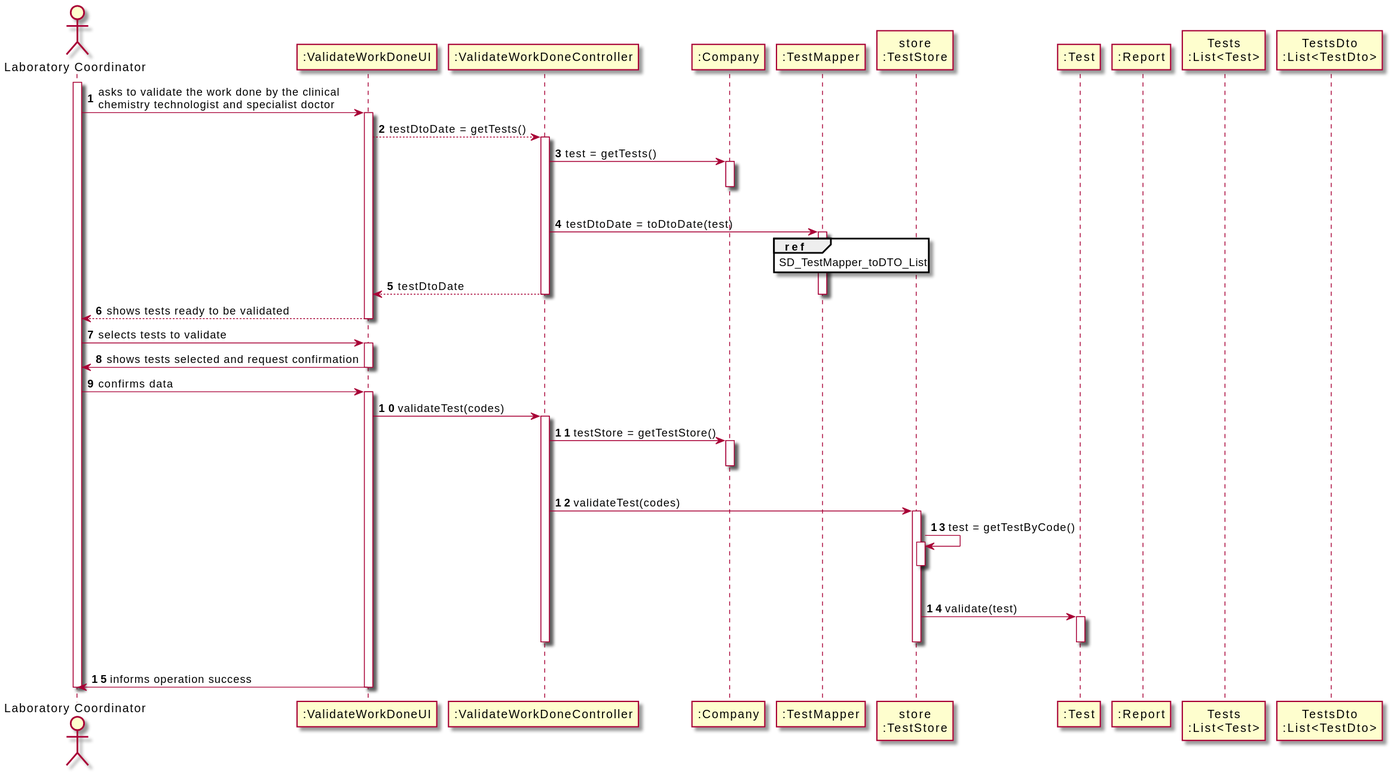
This is docs/SprintC/US15_ValidateTheWorkDone/US15_SD.svg from Pedromaia26/LAPR2-ISEP, a PlantUML export, as it was before one commit. Its diagram source:
```plantuml
@startuml
autonumber
actor "Laboratory Coordinator" as ADM

participant ":ValidateWorkDoneUI" as UI
participant ":ValidateWorkDoneController" as CTRL
participant ":Company" as ML
participant ":TestMapper" as MAPPER
participant "store\n:TestStore" as STORE
participant ":Test" as TEST
participant ":Report" as REPORT
participant "Tests\n:List<Test>" as TESTLIST
participant "TestsDto\n:List<TestDto>" as TESTLISTDTO

activate ADM
ADM -> UI : asks to validate the work done by the clinical\nchemistry technologist and specialist doctor
activate UI

UI --> CTRL : testDtoDate = getTests()
activate CTRL

CTRL -> ML : test = getTests()
activate ML
|||
deactivate ML

CTRL -> MAPPER : testDtoDate = toDtoDate(test)
activate MAPPER

ref over MAPPER : SD_TestMapper_toDTO_List


CTRL --> UI : testDtoDate
deactivate MAPPER
deactivate CTRL



UI --> ADM : shows tests ready to be validated
deactivate UI

ADM -> UI : selects tests to validate
activate UI

UI -> ADM : shows tests selected and request confirmation
deactivate UI

ADM -> UI : confirms data
activate UI

UI -> CTRL : validateTest(codes)
activate CTRL

CTRL -> ML : testStore = getTestStore()
activate ML
|||
deactivate ML

CTRL -> STORE : validateTest(codes)
activate STORE

STORE -> STORE : test = getTestByCode()
activate STORE
|||
deactivate STORE
STORE -> TEST : validate(test)
activate TEST
|||
deactivate TEST

deactivate STORE
deactivate CTRL

UI -> ADM : informs operation success

deactivate UI

deactivate ADM
@enduml
```
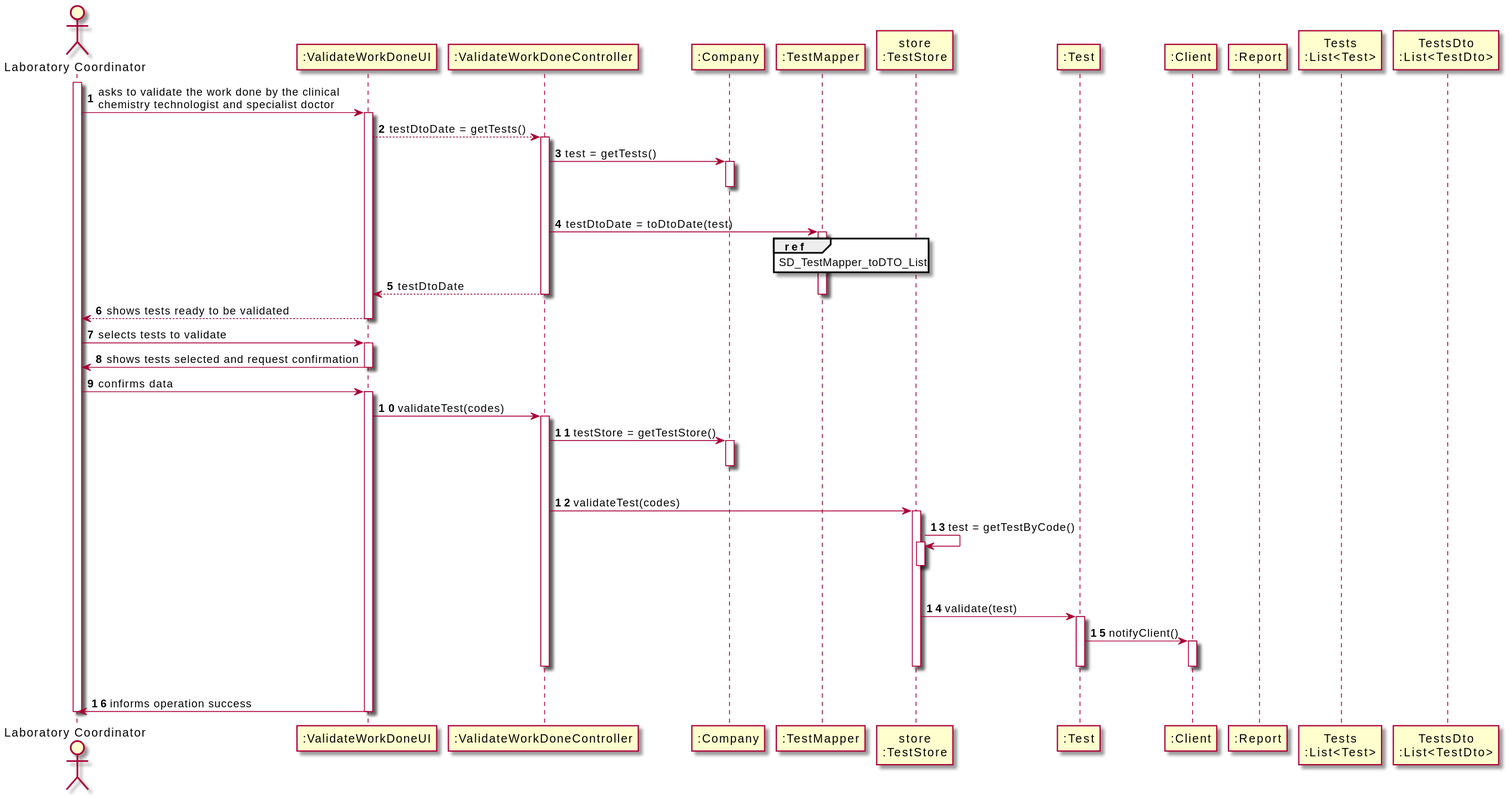
After the commit.

What changed in the source:
```diff
@@ -8,6 +8,7 @@
 participant ":TestMapper" as MAPPER
 participant "store\n:TestStore" as STORE
 participant ":Test" as TEST
+participant ":Client" as CLIENT
 participant ":Report" as REPORT
 participant "Tests\n:List<Test>" as TESTLIST
 participant "TestsDto\n:List<TestDto>" as TESTLISTDTO
@@ -65,7 +66,12 @@
 deactivate STORE
 STORE -> TEST : validate(test)
 activate TEST
+
+TEST -> CLIENT : notifyClient()
+activate CLIENT
 |||
+deactivate CLIENT
+
 deactivate TEST
 
 deactivate STORE
```
